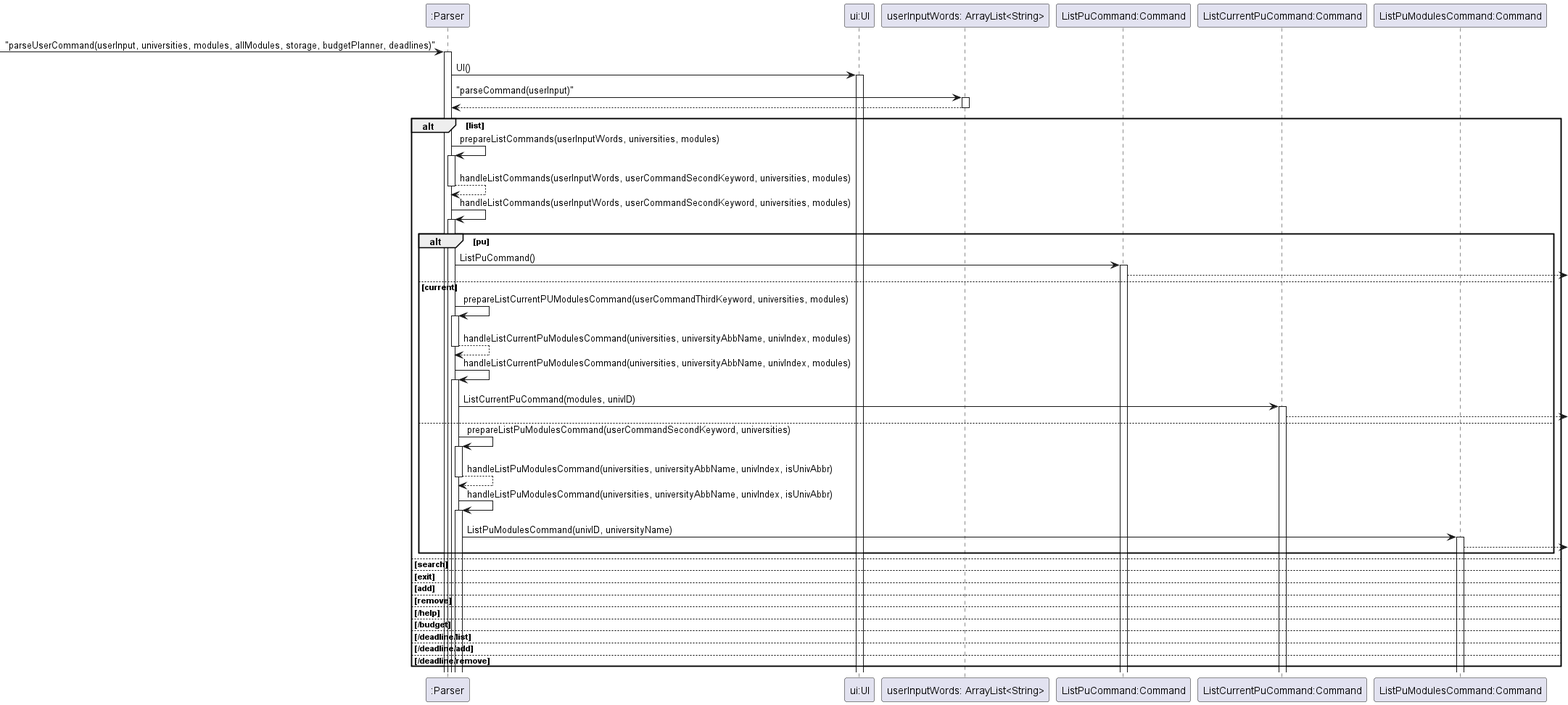
Above: docs/diagrams/ParserSequenceDiagram.png in nus-cs2113-AY2223S2/tp (PlantUML), before the change.
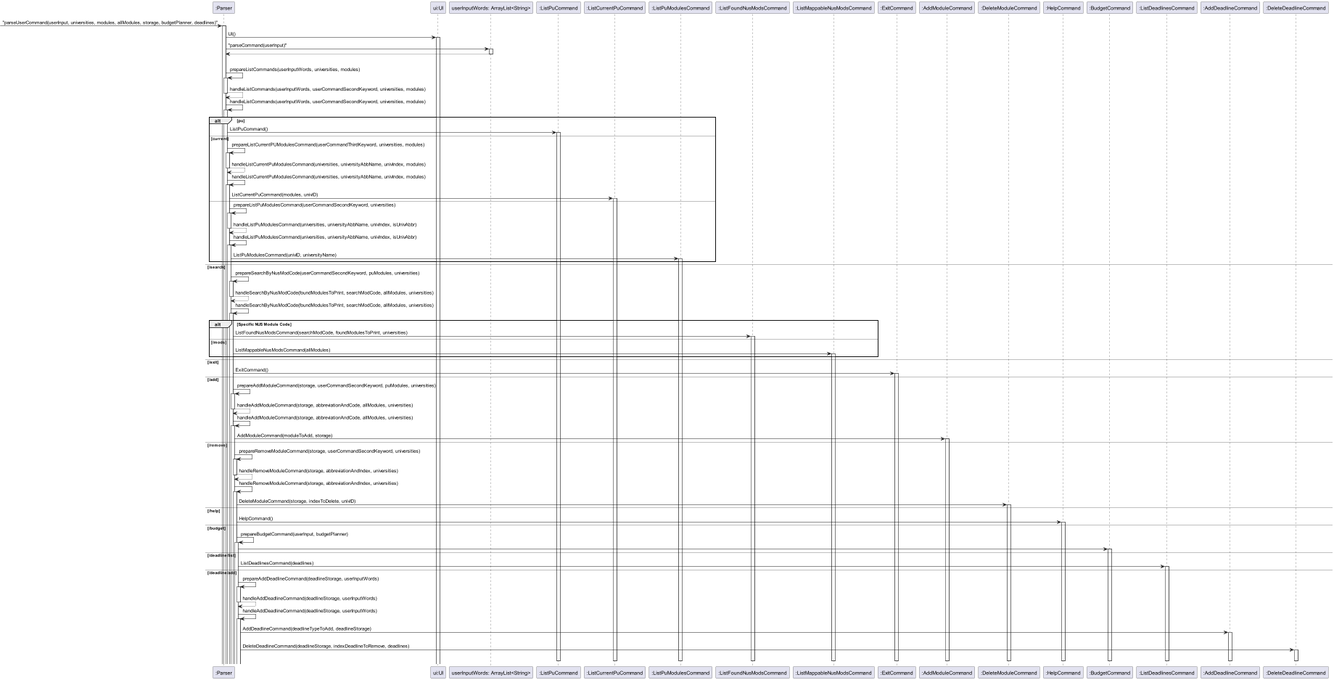
The same diagram one commit later.

Commit message:
Update Parser Sequence diagram and in DG

The edit, as a diff of the source:
```diff
@@ -12,44 +12,98 @@
 ":Parser" <-- "userInputWords: ArrayList<String>"
 deactivate "userInputWords: ArrayList<String>"
 
-alt list
+alt /list
     ":Parser" -> ":Parser": prepareListCommands(userInputWords, universities, modules)
     activate ":Parser"
     return handleListCommands(userInputWords, userCommandSecondKeyword, universities, modules)
     ":Parser" -> ":Parser": handleListCommands(userInputWords, userCommandSecondKeyword, universities, modules)
     activate ":Parser"
     alt pu
-        ":Parser" -> "ListPuCommand:Command" : ListPuCommand()
-        activate "ListPuCommand:Command"
-        "ListPuCommand:Command" -->
+        ":Parser" -> ":ListPuCommand" : ListPuCommand()
+        activate ":ListPuCommand"
     else current
         ":Parser" -> ":Parser":prepareListCurrentPUModulesCommand(userCommandThirdKeyword, universities, modules)
         activate ":Parser"
         return handleListCurrentPuModulesCommand(universities, universityAbbName, univIndex, modules)
         ":Parser" -> ":Parser": handleListCurrentPuModulesCommand(universities, universityAbbName, univIndex, modules)
         activate ":Parser"
-        ":Parser" -> "ListCurrentPuCommand:Command" : ListCurrentPuCommand(modules, univID)
-        activate "ListCurrentPuCommand:Command"
-        "ListCurrentPuCommand:Command" -->
+        ":Parser" -> ":ListCurrentPuCommand" : ListCurrentPuCommand(modules, univID)
+        activate ":ListCurrentPuCommand"
     else
         ":Parser" -> ":Parser":prepareListPuModulesCommand(userCommandSecondKeyword, universities)
         activate ":Parser"
         return handleListPuModulesCommand(universities, universityAbbName, univIndex, isUnivAbbr)
         ":Parser" -> ":Parser":handleListPuModulesCommand(universities, universityAbbName, univIndex, isUnivAbbr)
         activate ":Parser"
-        ":Parser" -> "ListPuModulesCommand:Command":ListPuModulesCommand(univID, universityName)
-        activate "ListPuModulesCommand:Command"
-        "ListPuModulesCommand:Command" -->
+        ":Parser" -> ":ListPuModulesCommand":ListPuModulesCommand(univID, universityName)
+        activate ":ListPuModulesCommand"
+    end
+else /search
+    ":Parser" -> ":Parser":prepareSearchByNusModCode(userCommandSecondKeyword, puModules, universities)
+    activate ":Parser"
+    return handleSearchByNusModCode(foundModulesToPrint, searchModCode, allModules, universities)
+    ":Parser" -> ":Parser": handleSearchByNusModCode(foundModulesToPrint, searchModCode, allModules, universities)
+    activate ":Parser"
+    alt Specific NUS Module Code
+        ":Parser" -> ":ListFoundNusModsCommand": ListFoundNusModsCommand(searchModCode, foundModulesToPrint, universities)
+        activate ":ListFoundNusModsCommand"
+    else /mods
+        ":Parser" -> ":ListMappableNusModsCommand": ListMappableNusModsCommand(allModules)
+        activate ":ListMappableNusModsCommand"
+    end
+else /exit
+    ":Parser" -> ":ExitCommand": ExitCommand()
+    activate ":ExitCommand"
+else /add
+    ":Parser" -> ":Parser":prepareAddModuleCommand(storage, userCommandSecondKeyword, puModules, universities)
+    activate ":Parser"
+    return handleAddModuleCommand(storage, abbreviationAndCode, allModules, universities)
+    ":Parser" -> ":Parser":handleAddModuleCommand(storage, abbreviationAndCode, allModules, universities)
+    activate ":Parser"
+    ":Parser" -> ":AddModuleCommand": AddModuleCommand(moduleToAdd, storage)
+    activate ":AddModuleCommand"
+else /remove
+    ":Parser" -> ":Parser":prepareRemoveModuleCommand(storage, userCommandSecondKeyword, universities)
+    activate ":Parser"
+    return handleRemoveModuleCommand(storage, abbreviationAndIndex, universities)
+    ":Parser" -> ":Parser":handleRemoveModuleCommand(storage, abbreviationAndIndex, universities)
+    activate ":Parser"
+    ":Parser" -> ":DeleteModuleCommand": DeleteModuleCommand(storage, indexToDelete, univID)
+    activate ":DeleteModuleCommand"
+else /help
+    ":Parser" -> ":HelpCommand": HelpCommand()
+    activate ":HelpCommand"
+else /budget
+    ":Parser" -> ":Parser":prepareBudgetCommand(userInput, budgetPlanner)
+    activate ":Parser"
+    ":Parser" -> ":BudgetCommand"
+    activate ":BudgetCommand"
+else /deadline/list
+    ":Parser" -> ":ListDeadlinesCommand": ListDeadlinesCommand(deadlines)
+    activate ":ListDeadlinesCommand"
+else /deadline/add
+    ":Parser" -> ":Parser":prepareAddDeadlineCommand(deadlineStorage, userInputWords)
+    activate ":Parser"
+    return handleAddDeadlineCommand(deadlineStorage, userInputWords)
+    ":Parser" -> ":Parser":handleAddDeadlineCommand(deadlineStorage, userInputWords)
+    activate ":Parser"
+    ":Parser" -> ":AddDeadlineCommand": AddDeadlineCommand(deadlineTypeToAdd, deadlineStorage)
+    activate ":AddDeadlineCommand"
+else /deadline/remove
+    ":Parser" -> ":DeleteDeadlineCommand": DeleteDeadlineCommand(deadlineStorage, indexDeadlineToRemove, deadlines)
+    activate ":DeleteDeadlineCommand"
 
-    end
-else search
-else exit
-else add
-else remove
-else /help
-else /budget
-else /deadline/list
-else /deadline/add
-else /deadline/remove
-end
+deactivate ":ListPuCommand"
+deactivate ":DeleteDeadlineCommand"
+deactivate ":AddDeadlineCommand"
+deactivate ":ListDeadlinesCommand"
+deactivate ":BudgetCommand"
+deactivate ":HelpCommand"
+deactivate ":DeleteModuleCommand"
+deactivate ":AddModuleCommand"
+deactivate ":ExitCommand"
+deactivate ":ListMappableNusModsCommand"
+deactivate ":ListFoundNusModsCommand"
+deactivate ":ListCurrentPuCommand"
+deactivate ":ListPuModulesCommand"
 @enduml
```
